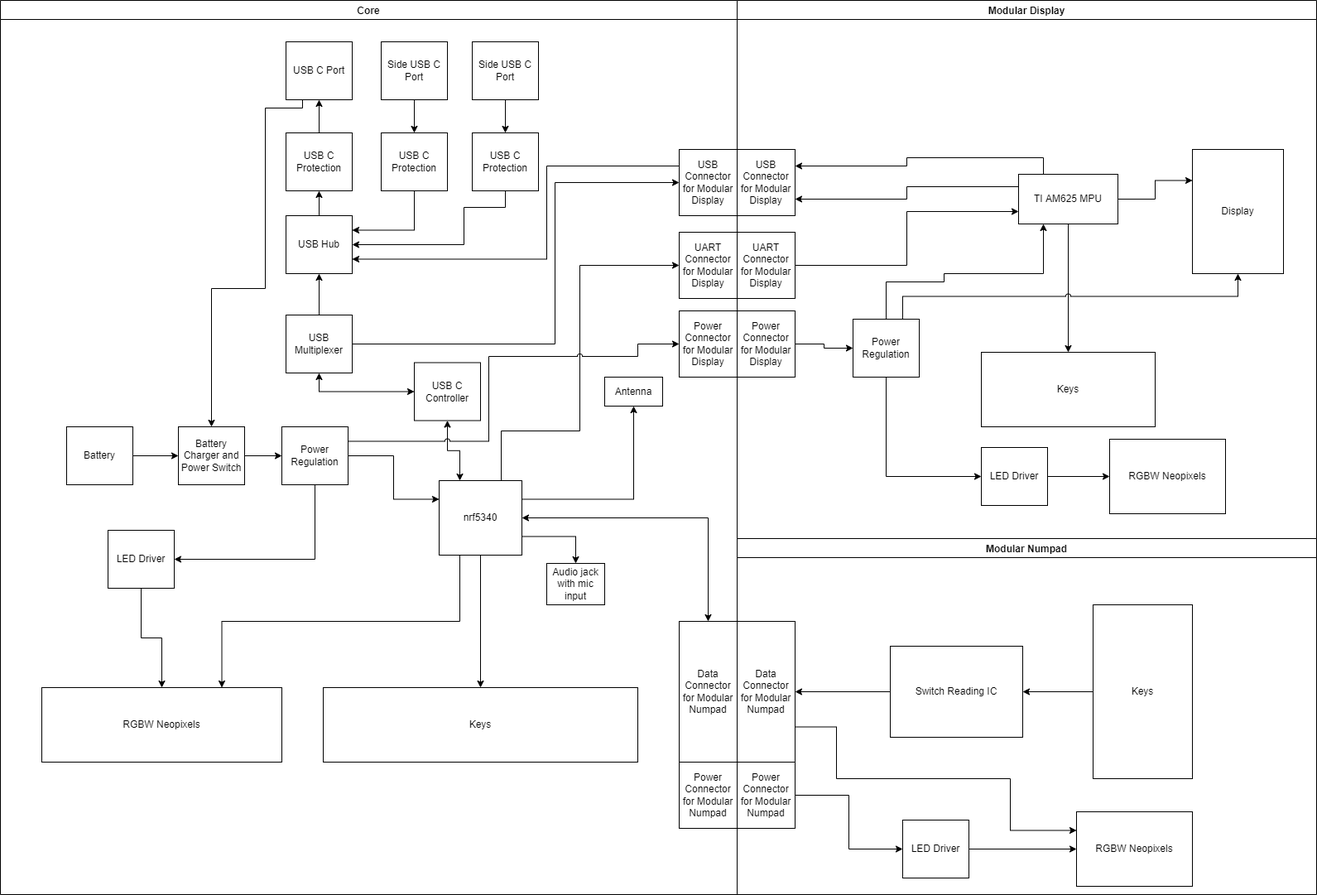
Earlier version of the draw.io export Keymaster5000 Functional Block Diagram.png (mrjonny2/KeyMaster5000). Source tidied: cells renumbered, new cells last; positions are measured from the earlier drawing's top-left corner, leaving out a move shared by most shapes.
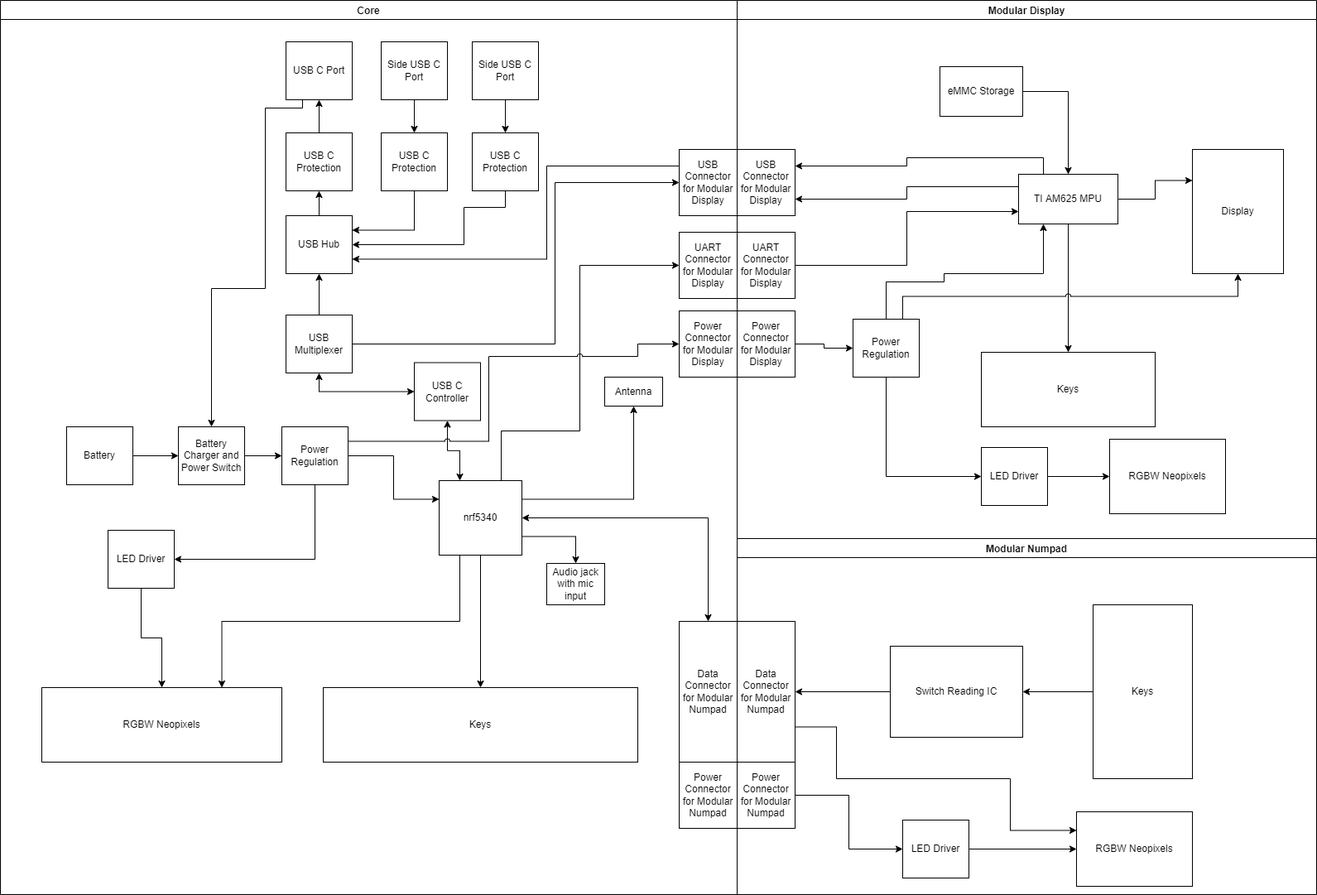
After the commit.

The edit, as a diff of the source:
```diff
@@ -289,11 +289,17 @@
     <mxCell id="80" value="Modular Display" style="swimlane;" parent="1" vertex="1">
       <mxGeometry x="890" width="700" height="650" as="geometry" />
     </mxCell>
+    <mxCell id="83" value="eMMC Storage" style="rounded=0;whiteSpace=wrap;html=1;" parent="80" vertex="1">
+      <mxGeometry x="245" y="80" width="100" height="60" as="geometry" />
+    </mxCell>
     <mxCell id="81" value="Modular Numpad" style="swimlane;" parent="1" vertex="1">
       <mxGeometry x="890" y="650" width="700" height="430" as="geometry" />
     </mxCell>
     <mxCell id="82" value="Core" style="swimlane;" parent="1" vertex="1">
       <mxGeometry width="890" height="1080" as="geometry" />
     </mxCell>
+    <mxCell id="84" style="edgeStyle=orthogonalEdgeStyle;rounded=0;jettySize=auto;html=1;exitX=1;exitY=0.5;exitDx=0;exitDy=0;" parent="1" edge="1" source="83" target="55">
+      <mxGeometry relative="1" as="geometry" />
+    </mxCell>
   </root>
 </mxGraphModel>
```
